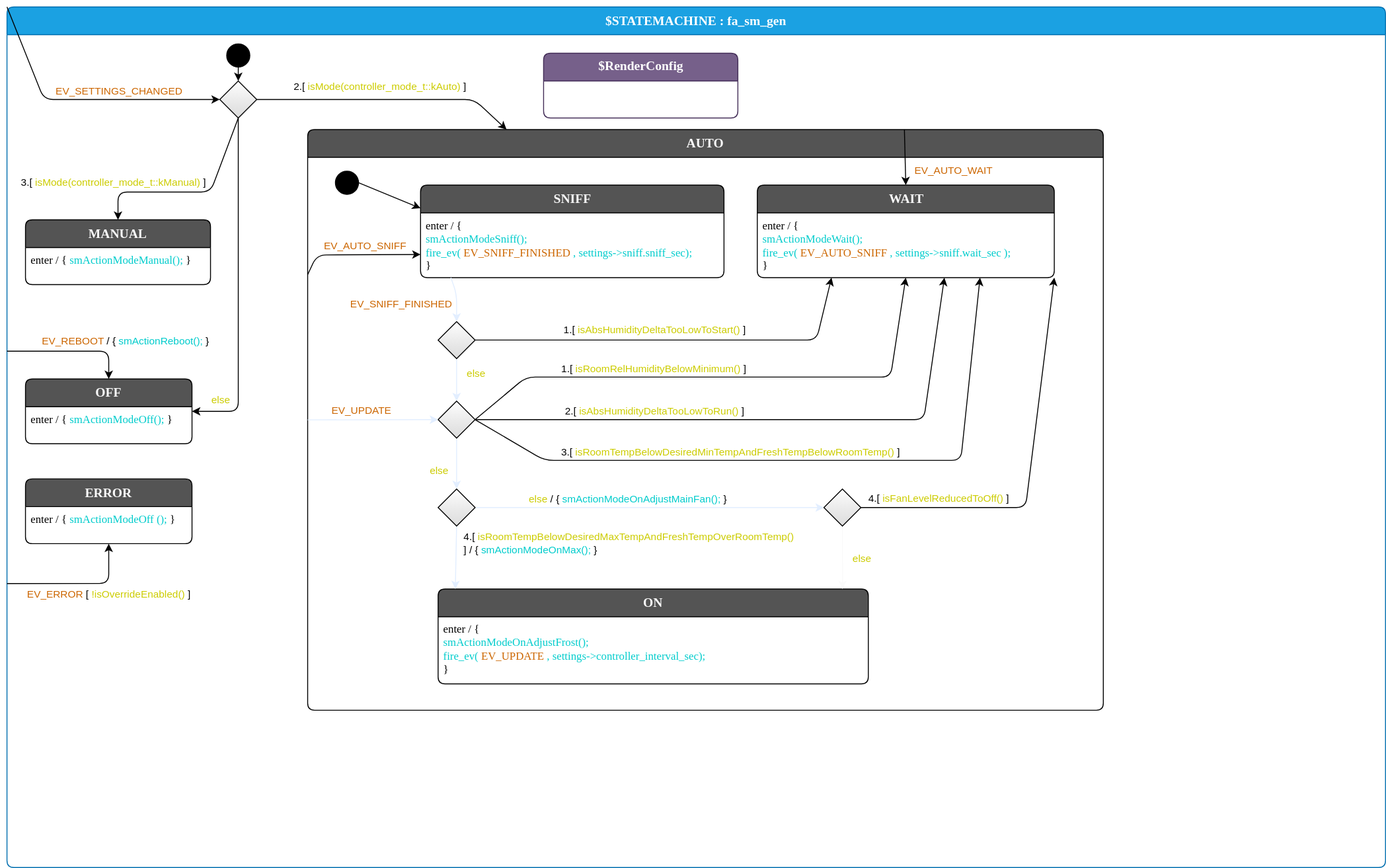
snst/frankair keeps this draw.io diagram as lib/fa/src/fa_sm.drawio.svg. Above is the earlier version. Source tidied: cells renumbered, new cells last; positions are measured from the earlier drawing's top-left corner, leaving out a move shared by most shapes.
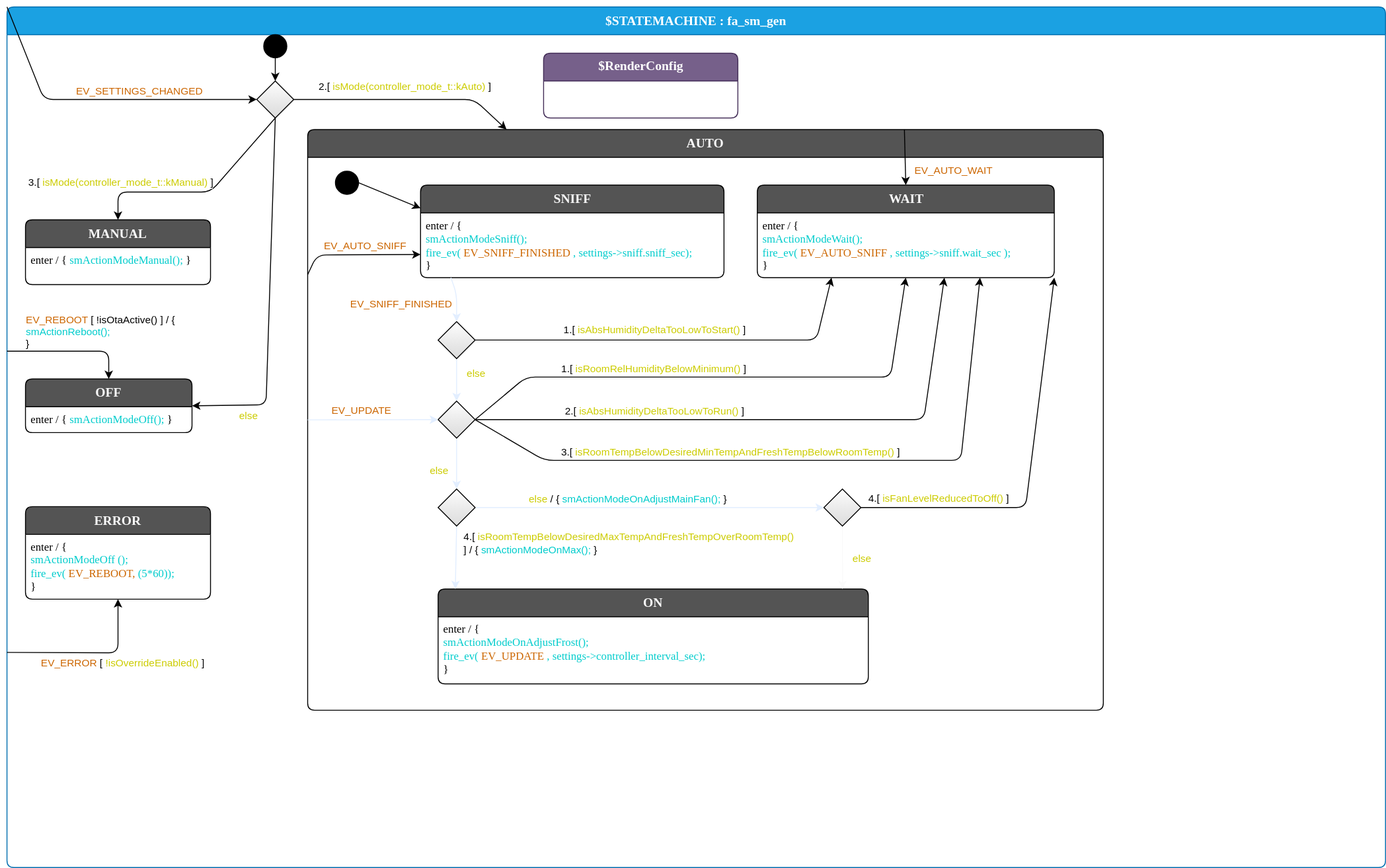
Later version of the same file.

Commit message:
added auto reboot on error

The edit, as a diff of the source:
```diff
@@ -26,7 +26,7 @@
     <mxCell id="7" style="edgeStyle=none;html=1;entryX=1;entryY=0.5;entryDx=0;entryDy=0;exitX=0.5;exitY=1;exitDx=0;exitDy=0;" parent="2" edge="1" source="63" target="53">
       <mxGeometry relative="1" as="geometry">
         <Array as="points">
-          <mxPoint x="250" y="437" />
+          <mxPoint x="280" y="430" />
         </Array>
       </mxGeometry>
     </mxCell>
@@ -36,7 +36,7 @@
       </mxGeometry>
     </mxCell>
     <mxCell id="9" value="$initial_state" style="shape=ellipse;fillColor=#000000;noLabel=1;" parent="2" vertex="1">
-      <mxGeometry x="237.5" y="40" width="25" height="25" as="geometry" />
+      <mxGeometry x="277.5" y="30" width="25" height="25" as="geometry" />
     </mxCell>
     <mxCell id="10" value="AUTO" style="shape=swimlane;align=center;verticalAlign=top;fontFamily=Lucida Console;startSize=30;fontSize=14;fontStyle=1;fontColor=#FAFAFA;fillColor=#545454;swimlaneFillColor=default;rounded=1;arcSize=15;absoluteArcSize=1;points=[[0,0,0,0,0],[0,0.25,0,0,0],[0,0.5,0,0,0],[0,0.75,0,0,0],[0,1,0,0,0],[0.13,0,0,0,0],[0.25,0,0,0,0],[0.25,1,0,0,0],[0.5,0,0,0,0],[0.5,1,0,0,0],[0.75,0,0,0,0],[0.75,1,0,0,0],[1,0,0,0,0],[1,0.25,0,0,0],[1,0.5,0,0,0],[1,0.75,0,0,0],[1,1,0,0,0]];" parent="2" vertex="1">
       <mxGeometry x="325" y="132.5" width="860" height="627.5" as="geometry" />
@@ -226,16 +226,16 @@
       <mxGeometry x="580" y="50" width="210" height="70" as="geometry" />
     </mxCell>
     <mxCell id="53" value="OFF" style="shape=swimlane;align=center;verticalAlign=top;fontFamily=Lucida Console;startSize=30;fontSize=14;fontStyle=1;fontColor=#FAFAFA;fillColor=#545454;swimlaneFillColor=default;rounded=1;arcSize=15;absoluteArcSize=1;" parent="2" vertex="1">
-      <mxGeometry x="20" y="402" width="180" height="70" as="geometry" />
+      <mxGeometry x="20" y="402" width="180" height="58" as="geometry" />
     </mxCell>
-    <mxCell id="54" value="enter / { &lt;font color=&quot;#00cccc&quot;&gt;smActionModeOff();&amp;nbsp;&lt;/font&gt;}" style="fontFamily=Lucida Console;align=left;verticalAlign=top;fillColor=none;gradientColor=none;strokeColor=none;rounded=0;spacingLeft=4;html=1;" parent="53" vertex="1">
+    <mxCell id="54" value="enter / {&amp;nbsp;&lt;font color=&quot;#00cccc&quot;&gt;smActionModeOff();&lt;/font&gt;}" style="fontFamily=Lucida Console;align=left;verticalAlign=top;fillColor=none;gradientColor=none;strokeColor=none;rounded=0;spacingLeft=4;html=1;" parent="53" vertex="1">
       <mxGeometry y="30" width="180" height="30" as="geometry" />
     </mxCell>
     <mxCell id="55" value="ERROR" style="shape=swimlane;align=center;verticalAlign=top;fontFamily=Lucida Console;startSize=30;fontSize=14;fontStyle=1;fontColor=#FAFAFA;fillColor=#545454;swimlaneFillColor=default;rounded=1;arcSize=15;absoluteArcSize=1;" parent="2" vertex="1">
-      <mxGeometry x="20" y="510" width="180" height="70" as="geometry" />
+      <mxGeometry x="20" y="540" width="200" height="100" as="geometry" />
     </mxCell>
-    <mxCell id="56" value="enter / {&amp;nbsp;&lt;span style=&quot;color: rgb(0, 204, 204);&quot;&gt;smActionModeOff&lt;/span&gt;&lt;font color=&quot;#00cccc&quot;&gt;();&amp;nbsp;&lt;/font&gt;}" style="fontFamily=Lucida Console;align=left;verticalAlign=top;fillColor=none;gradientColor=none;strokeColor=none;rounded=0;spacingLeft=4;html=1;" parent="55" vertex="1">
-      <mxGeometry y="30" width="180" height="30" as="geometry" />
+    <mxCell id="56" value="enter / {&amp;nbsp;&lt;br&gt;&lt;span style=&quot;color: rgb(0, 204, 204);&quot;&gt;&amp;nbsp; smActionModeOff&lt;/span&gt;&lt;font color=&quot;#00cccc&quot;&gt;();&lt;br&gt;&amp;nbsp;&amp;nbsp;&lt;/font&gt;&lt;font color=&quot;#00cccc&quot;&gt;fire_ev(&lt;/font&gt;&lt;span style=&quot;text-align: center;&quot;&gt;&lt;font color=&quot;#cc6600&quot;&gt;EV_REBOOT,&lt;/font&gt;&lt;/span&gt;&lt;font color=&quot;#00cccc&quot;&gt;&amp;nbsp;(5*60));&lt;/font&gt;&lt;font color=&quot;#00cccc&quot;&gt;&lt;br&gt;&lt;/font&gt;}" style="fontFamily=Lucida Console;align=left;verticalAlign=top;fillColor=none;gradientColor=none;strokeColor=none;rounded=0;spacingLeft=4;html=1;" parent="55" vertex="1">
+      <mxGeometry y="30" width="180" height="70" as="geometry" />
     </mxCell>
     <mxCell id="57" style="edgeStyle=none;html=1;exitX=0;exitY=0;exitDx=0;exitDy=0;entryX=0;entryY=0.5;entryDx=0;entryDy=0;exitPerimeter=0;" parent="2" edge="1" source="2" target="63">
       <mxGeometry relative="1" as="geometry">
@@ -269,7 +269,7 @@
       </mxGeometry>
     </mxCell>
     <mxCell id="63" value="$choice" style="fontFamily=Lucida Console;align=center;verticalAlign=middle;shape=rhombus;labelPosition=center;verticalLabelPosition=top;strokeWidth=1;fillColor=#FFFFFF;gradientColor=#d4d4d4cc;noLabel=1;" parent="2" vertex="1">
-      <mxGeometry x="230" y="80" width="40" height="40" as="geometry" />
+      <mxGeometry x="270" y="80" width="40" height="40" as="geometry" />
     </mxCell>
     <mxCell id="64" style="edgeStyle=none;html=1;exitX=0;exitY=0.4;exitDx=0;exitDy=0;exitPerimeter=0;entryX=0.5;entryY=0;entryDx=0;entryDy=0;" parent="2" edge="1" source="2" target="53">
       <mxGeometry relative="1" as="geometry">
@@ -278,15 +278,15 @@
         </Array>
       </mxGeometry>
     </mxCell>
-    <mxCell id="65" value="&lt;font color=&quot;#cc6600&quot;&gt;EV_REBOOT&lt;/font&gt; / { &lt;font color=&quot;#00cccc&quot;&gt;smActionReboot();&lt;/font&gt; }" style="edgeLabel;html=1;align=center;verticalAlign=middle;" parent="64" vertex="1">
+    <mxCell id="65" value="&lt;div style=&quot;text-align: left;&quot;&gt;&lt;font color=&quot;#cc6600&quot;&gt;EV_REBOOT&lt;/font&gt;&amp;nbsp;[ !isOtaActive() ] / {&lt;/div&gt;&lt;span style=&quot;color: rgb(0, 204, 204);&quot;&gt;&lt;div style=&quot;text-align: left;&quot;&gt;&amp;nbsp; smActionReboot();&lt;/div&gt;&lt;/span&gt;&lt;div style=&quot;text-align: left;&quot;&gt;}&lt;/div&gt;" style="edgeLabel;html=1;align=center;verticalAlign=middle;" parent="64" vertex="1">
       <mxGeometry x="0.13" relative="1" as="geometry">
-        <mxPoint x="48" y="-12" as="offset" />
+        <mxPoint x="21" y="-22" as="offset" />
       </mxGeometry>
     </mxCell>
-    <mxCell id="66" style="edgeStyle=none;html=1;exitX=0;exitY=0.67;exitDx=0;exitDy=0;exitPerimeter=0;entryX=0.5;entryY=1;entryDx=0;entryDy=0;" parent="2" edge="1" source="2" target="55">
+    <mxCell id="66" style="edgeStyle=none;html=1;exitX=0;exitY=0.75;exitDx=0;exitDy=0;exitPerimeter=0;entryX=0.5;entryY=1;entryDx=0;entryDy=0;" parent="2" edge="1" source="2" target="55">
       <mxGeometry relative="1" as="geometry">
         <Array as="points">
-          <mxPoint x="110" y="623" />
+          <mxPoint x="120" y="698" />
         </Array>
       </mxGeometry>
     </mxCell>
```
